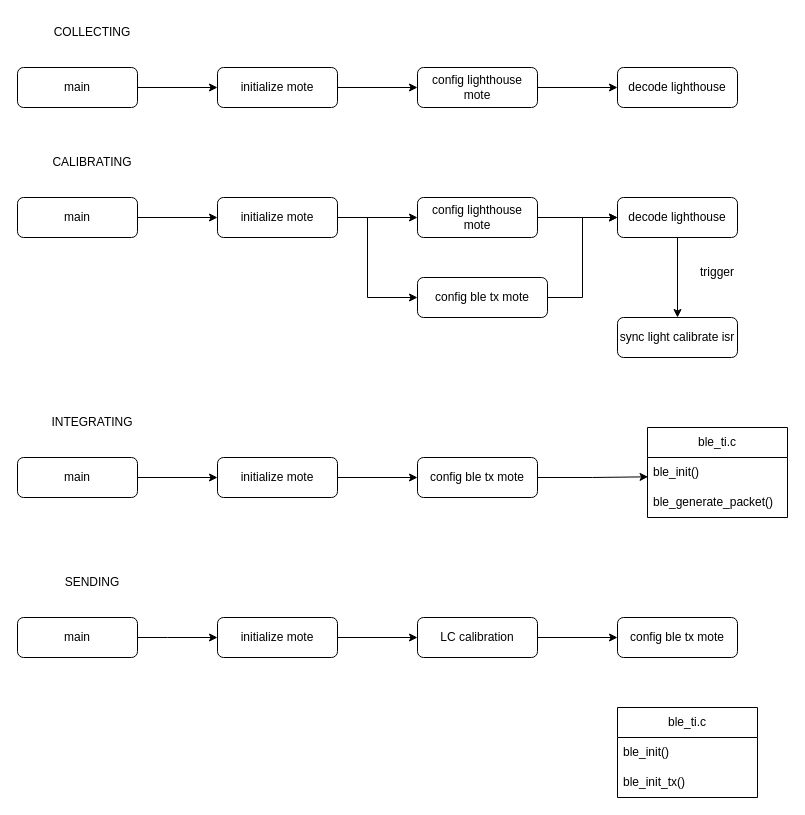
Before: diagrams/未命名绘图.drawio in cwdao/draw_io_diagrams, a draw.io diagram. Source tidied: cells renumbered, new cells numbered last; positions are measured from the earlier drawing's top-left corner, leaving out a move shared by most shapes. Both pictures are drawn from the tidied source at 100%, with x=0, y=0 at pixel (17, 17).
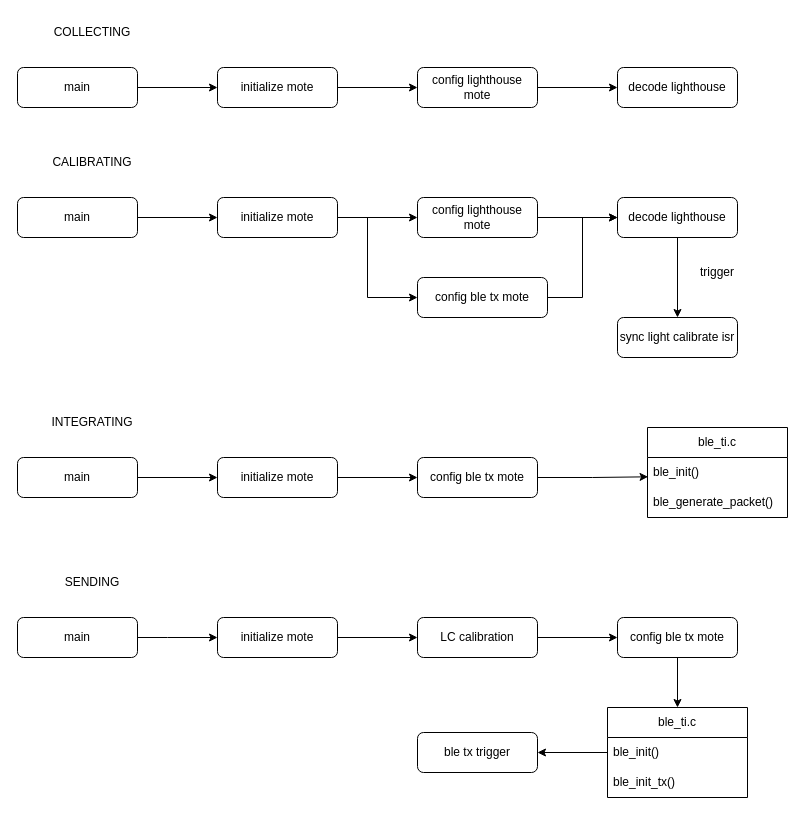
The same page after the edit.

Unchanged cells that the change refers to:
```xml
<mxCell id="38" value="config ble tx mote" style="rounded=1;whiteSpace=wrap;html=1;fontSize=12;glass=0;strokeWidth=1;shadow=0;" parent="1" vertex="1">
  <mxGeometry x="600" y="600" width="120" height="40" as="geometry" />
</mxCell>
```

Diff of the diagram source:
```diff
@@
+    <mxCell id="45" style="edgeStyle=orthogonalEdgeStyle;rounded=0;jettySize=auto;html=1;exitX=0.5;exitY=1;exitDx=0;exitDy=0;entryX=0.5;entryY=0;entryDx=0;entryDy=0;" parent="1" edge="1" source="38" target="42">
+      <mxGeometry relative="1" as="geometry" />
+    </mxCell>
@@
+    <mxCell id="46" style="edgeStyle=orthogonalEdgeStyle;rounded=0;jettySize=auto;html=1;entryX=1;entryY=0.5;entryDx=0;entryDy=0;" parent="1" edge="1" source="42" target="47">
+      <mxGeometry relative="1" as="geometry" />
+    </mxCell>
     <mxCell id="42" value="ble_ti.c" style="swimlane;fontStyle=0;horizontal=1;startSize=30;whiteSpace=wrap;html=1;" parent="1" vertex="1">
-      <mxGeometry x="600" y="690" width="140" height="90" as="geometry" />
+      <mxGeometry x="590" y="690" width="140" height="90" as="geometry" />
     </mxCell>
@@
+    <mxCell id="47" value="ble tx trigger" style="rounded=1;whiteSpace=wrap;html=1;fontSize=12;glass=0;strokeWidth=1;shadow=0;" parent="1" vertex="1">
+      <mxGeometry x="400" y="715" width="120" height="40" as="geometry" />
+    </mxCell>
```
